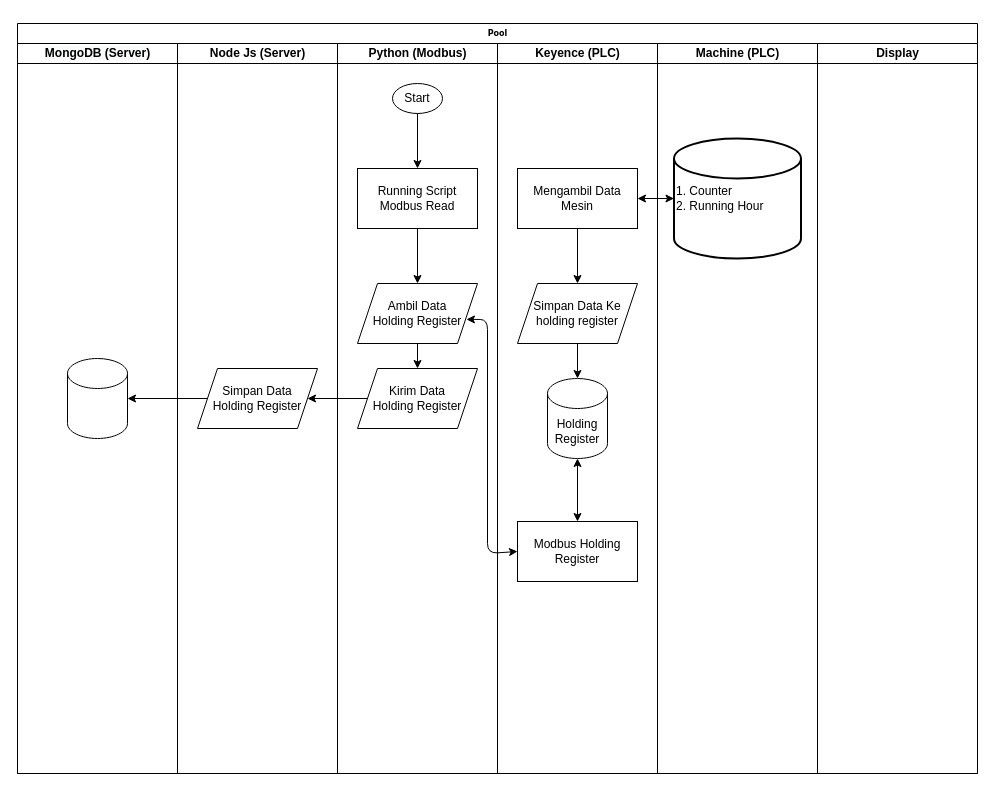
Before: Press Shop IOT.drawio in DavidHidayat/Flowchart, a draw.io diagram. Source tidied: cells renumbered, new cells numbered last; positions are measured from the earlier drawing's top-left corner, leaving out a move shared by most shapes. Both pictures are drawn from the tidied source at 100%, with x=0, y=0 at pixel (17, 23).
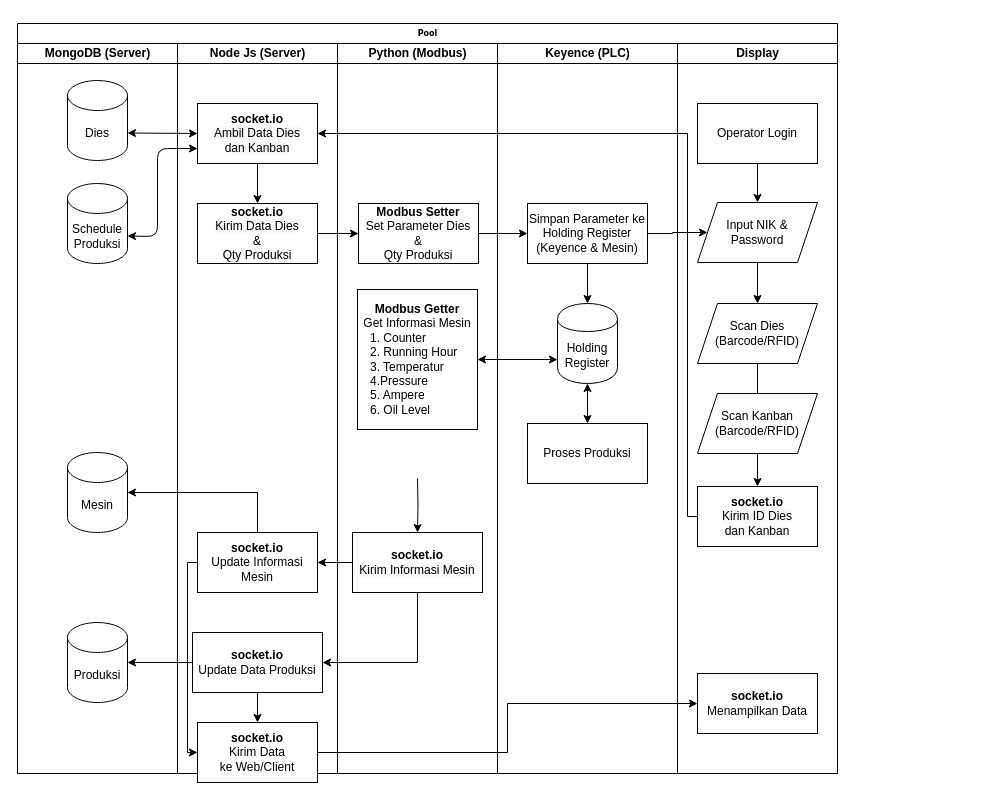
After the change.

The change refers to these unchanged cells:
```xml
<mxCell id="3" value="&#10;&#10;&lt;span style=&quot;color: rgb(0, 0, 0); font-family: helvetica; font-size: 12px; font-style: normal; font-weight: 700; letter-spacing: normal; text-align: center; text-indent: 0px; text-transform: none; word-spacing: 0px; background-color: rgb(248, 249, 250); display: inline; float: none;&quot;&gt;MongoDB (Server)&lt;/span&gt;&#10;&#10;" style="swimlane;html=1;startSize=20;" parent="2" vertex="1">
  <mxGeometry y="20" width="160" height="730" as="geometry" />
</mxCell>
<mxCell id="5" value="Node Js (Server)" style="swimlane;html=1;startSize=20;" parent="2" vertex="1">
  <mxGeometry x="160" y="20" width="160" height="730" as="geometry" />
</mxCell>
<mxCell id="7" value="Python (Modbus)" style="swimlane;html=1;startSize=20;" parent="2" vertex="1">
  <mxGeometry x="320" y="20" width="160" height="730" as="geometry" />
</mxCell>
```

The edit, as a diff of the source:
```diff
@@
     <mxCell id="2" value="Pool" style="swimlane;html=1;startSize=20;rounded=0;shadow=0;labelBackgroundColor=none;strokeWidth=1;fontFamily=Verdana;fontSize=8;align=center;" parent="1" vertex="1">
-      <mxGeometry width="960" height="750" as="geometry" />
+      <mxGeometry width="820" height="750" as="geometry" />
     </mxCell>
@@
-    <mxCell id="4" style="shape=cylinder3;whiteSpace=wrap;html=1;boundedLbl=1;backgroundOutline=1;size=15;fillColor=#ffffff;align=center;" parent="3" vertex="1">
-      <mxGeometry x="50" y="315" width="60" height="80" as="geometry" />
-    </mxCell>
+    <mxCell id="30" value="Dies" style="shape=cylinder3;whiteSpace=wrap;html=1;boundedLbl=1;backgroundOutline=1;size=15;fillColor=#ffffff;align=center;" parent="3" vertex="1">
+      <mxGeometry x="50" y="37" width="60" height="80" as="geometry" />
+    </mxCell>
+    <mxCell id="31" value="Mesin" style="shape=cylinder3;whiteSpace=wrap;html=1;boundedLbl=1;backgroundOutline=1;size=15;fillColor=#ffffff;align=center;" parent="3" vertex="1">
+      <mxGeometry x="50" y="409" width="60" height="80" as="geometry" />
+    </mxCell>
+    <mxCell id="32" value="Produksi" style="shape=cylinder3;whiteSpace=wrap;html=1;boundedLbl=1;backgroundOutline=1;size=15;fillColor=#ffffff;align=center;" parent="3" vertex="1">
+      <mxGeometry x="50" y="579" width="60" height="80" as="geometry" />
+    </mxCell>
+    <mxCell id="33" value="Schedule Produksi" style="shape=cylinder3;whiteSpace=wrap;html=1;boundedLbl=1;backgroundOutline=1;size=15;fillColor=#ffffff;align=center;" parent="3" vertex="1">
+      <mxGeometry x="50" y="140" width="60" height="80" as="geometry" />
+    </mxCell>
@@
-    <mxCell id="6" value="Simpan Data &lt;br&gt;Holding Register" style="shape=parallelogram;perimeter=parallelogramPerimeter;whiteSpace=wrap;html=1;fixedSize=1;fillColor=#ffffff;align=center;" parent="5" vertex="1">
-      <mxGeometry x="20" y="325" width="120" height="60" as="geometry" />
-    </mxCell>
+    <mxCell id="34" value="&lt;b&gt;socket.io&lt;/b&gt;&lt;br&gt;&lt;span style=&quot;color: rgb(0 , 0 , 0) ; font-family: &amp;#34;helvetica&amp;#34; ; font-size: 12px ; font-style: normal ; font-weight: 400 ; letter-spacing: normal ; text-align: center ; text-indent: 0px ; text-transform: none ; word-spacing: 0px ; background-color: rgb(248 , 249 , 250) ; display: inline ; float: none&quot;&gt;Ambil Data Dies&lt;br&gt;dan Kanban&lt;br&gt;&lt;/span&gt;" style="rounded=0;whiteSpace=wrap;html=1;fillColor=#ffffff;align=center;" parent="5" vertex="1">
+      <mxGeometry x="20" y="60" width="120" height="60" as="geometry" />
+    </mxCell>
+    <mxCell id="35" style="edgeStyle=orthogonalEdgeStyle;rounded=0;jettySize=auto;html=1;exitX=0.5;exitY=1;exitDx=0;exitDy=0;" parent="5" edge="1" source="36" target="39">
+      <mxGeometry relative="1" as="geometry" />
+    </mxCell>
+    <mxCell id="36" value="&lt;b&gt;socket.io&lt;/b&gt;&lt;br&gt;&lt;font face=&quot;helvetica&quot;&gt;Update Data Produksi&lt;/font&gt;" style="rounded=0;whiteSpace=wrap;html=1;fillColor=#ffffff;align=center;" parent="5" vertex="1">
+      <mxGeometry x="15" y="589" width="130" height="60" as="geometry" />
+    </mxCell>
+    <mxCell id="37" style="edgeStyle=orthogonalEdgeStyle;rounded=0;jettySize=auto;html=1;exitX=0;exitY=0.5;exitDx=0;exitDy=0;entryX=0;entryY=0.5;entryDx=0;entryDy=0;" parent="5" edge="1" source="38" target="39">
+      <mxGeometry relative="1" as="geometry">
+        <Array as="points">
+          <mxPoint x="10" y="519" />
+          <mxPoint x="10" y="709" />
+        </Array>
+      </mxGeometry>
+    </mxCell>
+    <mxCell id="38" value="&lt;b&gt;socket.io&lt;/b&gt;&lt;br&gt;&lt;font face=&quot;helvetica&quot;&gt;Update Informasi Mesin&lt;/font&gt;" style="rounded=0;whiteSpace=wrap;html=1;fillColor=#ffffff;align=center;" parent="5" vertex="1">
+      <mxGeometry x="20" y="489" width="120" height="60" as="geometry" />
+    </mxCell>
+    <mxCell id="39" value="&lt;b&gt;socket.io&lt;/b&gt;&lt;br&gt;&lt;font face=&quot;helvetica&quot;&gt;Kirim Data&lt;br&gt;ke Web/Client&lt;/font&gt;" style="rounded=0;whiteSpace=wrap;html=1;fillColor=#ffffff;align=center;" parent="5" vertex="1">
+      <mxGeometry x="20" y="679" width="120" height="60" as="geometry" />
+    </mxCell>
@@
-    <mxCell id="8" value="Kirim Data &lt;br&gt;Holding Register" style="shape=parallelogram;perimeter=parallelogramPerimeter;whiteSpace=wrap;html=1;fixedSize=1;fillColor=#ffffff;align=center;" parent="7" vertex="1">
-      <mxGeometry x="20" y="325" width="120" height="60" as="geometry" />
-    </mxCell>
-    <mxCell id="9" value="Start" style="ellipse;whiteSpace=wrap;html=1;" parent="7" vertex="1">
-      <mxGeometry x="55" y="40" width="50" height="30" as="geometry" />
-    </mxCell>
+    <mxCell id="40" value="&lt;b&gt;Modbus Setter&lt;/b&gt;&lt;br&gt;Set Parameter Dies&lt;br&gt;&amp;amp;&lt;br&gt;Qty Produksi" style="rounded=0;whiteSpace=wrap;html=1;fillColor=#ffffff;align=center;" parent="7" vertex="1">
+      <mxGeometry x="21" y="160" width="120" height="60" as="geometry" />
+    </mxCell>
+    <mxCell id="41" style="edgeStyle=orthogonalEdgeStyle;rounded=0;jettySize=auto;html=1;exitX=0.5;exitY=1;exitDx=0;exitDy=0;entryX=0.5;entryY=0;entryDx=0;entryDy=0;" parent="7" edge="1" target="43">
+      <mxGeometry relative="1" as="geometry">
+        <mxPoint x="80" y="435" as="sourcePoint" />
+      </mxGeometry>
+    </mxCell>
+    <mxCell id="42" value="&lt;b&gt;Modbus Getter&lt;/b&gt;&lt;br&gt;Get Informasi Mesin&lt;br&gt;&lt;div style=&quot;text-align: left&quot;&gt;&lt;span&gt;&amp;nbsp; 1. Counter&lt;/span&gt;&lt;/div&gt;&lt;div style=&quot;text-align: left&quot;&gt;&lt;span&gt;&amp;nbsp; 2. Running Hour&lt;/span&gt;&lt;/div&gt;&lt;div style=&quot;text-align: left&quot;&gt;&lt;span&gt;&amp;nbsp; 3. Temperatur&lt;/span&gt;&lt;/div&gt;&lt;div style=&quot;text-align: left&quot;&gt;&lt;span&gt;&amp;nbsp; 4.Pressure&lt;/span&gt;&lt;/div&gt;&lt;div style=&quot;text-align: left&quot;&gt;&lt;span&gt;&amp;nbsp; 5. Ampere&lt;/span&gt;&lt;/div&gt;&lt;div style=&quot;text-align: left&quot;&gt;&lt;span&gt;&amp;nbsp; 6. Oil Level&lt;/span&gt;&lt;/div&gt;" style="rounded=0;whiteSpace=wrap;html=1;fillColor=#ffffff;align=center;" parent="7" vertex="1">
+      <mxGeometry x="20" y="246" width="120" height="140" as="geometry" />
+    </mxCell>
+    <mxCell id="43" value="&lt;b&gt;socket.io&lt;/b&gt;&lt;br&gt;&lt;span style=&quot;color: rgb(0 , 0 , 0) ; font-family: &amp;#34;helvetica&amp;#34; ; font-size: 12px ; font-style: normal ; font-weight: 400 ; letter-spacing: normal ; text-align: center ; text-indent: 0px ; text-transform: none ; word-spacing: 0px ; background-color: rgb(248 , 249 , 250) ; display: inline ; float: none&quot;&gt;Kirim Informasi Mesin&lt;/span&gt;" style="rounded=0;whiteSpace=wrap;html=1;fillColor=#ffffff;align=center;" parent="7" vertex="1">
+      <mxGeometry x="15" y="489" width="130" height="60" as="geometry" />
+    </mxCell>
     <mxCell id="10" value="Keyence (PLC)" style="swimlane;html=1;startSize=20;verticalAlign=middle;" parent="2" vertex="1">
-      <mxGeometry x="480" y="20" width="160" height="730" as="geometry" />
+      <mxGeometry x="480" y="20" width="180" height="730" as="geometry" />
     </mxCell>
-    <mxCell id="11" style="edgeStyle=orthogonalEdgeStyle;rounded=0;jettySize=auto;html=1;exitX=0.5;exitY=1;exitDx=0;exitDy=0;" parent="10" edge="1" source="12" target="13">
-      <mxGeometry relative="1" as="geometry" />
-    </mxCell>
-    <mxCell id="12" value="Simpan Data Ke holding register" style="shape=parallelogram;perimeter=parallelogramPerimeter;whiteSpace=wrap;html=1;fixedSize=1;fillColor=#ffffff;align=center;" parent="10" vertex="1">
-      <mxGeometry x="20" y="240" width="120" height="60" as="geometry" />
-    </mxCell>
+    <mxCell id="44" value="Simpan Parameter ke Holding Register (Keyence &amp;amp; Mesin)" style="whiteSpace=wrap;html=1;rounded=0;" parent="10" vertex="1">
+      <mxGeometry x="30" y="160" width="120" height="60" as="geometry" />
+    </mxCell>
-    <mxCell id="13" value="Holding Register" style="shape=cylinder3;whiteSpace=wrap;html=1;boundedLbl=1;backgroundOutline=1;size=15;fillColor=#ffffff;align=center;" parent="10" vertex="1">
-      <mxGeometry x="50" y="335" width="60" height="80" as="geometry" />
+    <mxCell id="13" value="Holding Register" style="shape=cylinder;whiteSpace=wrap;html=1;boundedLbl=1;backgroundOutline=1;rounded=0;" parent="10" vertex="1">
+      <mxGeometry x="60" y="260" width="60" height="80" as="geometry" />
     </mxCell>
-    <mxCell id="14" value="Modbus Holding Register" style="whiteSpace=wrap;html=1;" parent="10" vertex="1">
-      <mxGeometry x="20" y="478" width="120" height="60" as="geometry" />
-    </mxCell>
-    <mxCell id="15" style="endArrow=classic;startArrow=classic;html=1;exitX=0.5;exitY=0;exitDx=0;exitDy=0;entryX=0.5;entryY=1;entryDx=0;entryDy=0;entryPerimeter=0;" parent="10" edge="1" source="14" target="13">
-      <mxGeometry relative="1" as="geometry" />
-    </mxCell>
-    <mxCell id="16" value="Machine (PLC)" style="swimlane;html=1;startSize=20;" parent="2" vertex="1">
-      <mxGeometry x="640" y="20" width="160" height="730" as="geometry" />
-    </mxCell>
-    <mxCell id="17" value="1. Counter&lt;br&gt;2. Running Hour" style="strokeWidth=2;html=1;shape=mxgraph.flowchart.database;whiteSpace=wrap;fillColor=#ffffff;align=left;" parent="16" vertex="1">
-      <mxGeometry x="16.5" y="95" width="127" height="120" as="geometry" />
-    </mxCell>
+    <mxCell id="45" style="edgeStyle=orthogonalEdgeStyle;rounded=0;jettySize=auto;html=1;" parent="10" edge="1" source="44" target="13">
+      <mxGeometry relative="1" as="geometry" />
+    </mxCell>
     <mxCell id="18" value="Display" style="swimlane;html=1;startSize=20;" parent="2" vertex="1">
-      <mxGeometry x="800" y="20" width="160" height="730" as="geometry" />
+      <mxGeometry x="660" y="20" width="160" height="730" as="geometry" />
     </mxCell>
-    <mxCell id="19" style="edgeStyle=orthogonalEdgeStyle;rounded=0;jettySize=auto;html=1;exitX=0;exitY=0.5;exitDx=0;exitDy=0;" parent="2" edge="1" source="8" target="6">
-      <mxGeometry relative="1" as="geometry" />
-    </mxCell>
-    <mxCell id="20" style="edgeStyle=orthogonalEdgeStyle;rounded=0;jettySize=auto;html=1;exitX=0;exitY=0.5;exitDx=0;exitDy=0;" parent="2" edge="1" source="6" target="4">
-      <mxGeometry relative="1" as="geometry" />
-    </mxCell>
-    <mxCell id="21" style="edgeStyle=orthogonalEdgeStyle;rounded=0;jettySize=auto;html=1;entryX=0.5;entryY=0;entryDx=0;entryDy=0;" parent="1" edge="1" source="9" target="26">
-      <mxGeometry relative="1" as="geometry" />
-    </mxCell>
-    <mxCell id="22" style="edgeStyle=orthogonalEdgeStyle;rounded=0;jettySize=auto;html=1;exitX=0.5;exitY=1;exitDx=0;exitDy=0;" parent="1" edge="1" source="23" target="12">
-      <mxGeometry relative="1" as="geometry" />
-    </mxCell>
-    <mxCell id="23" value="Mengambil Data Mesin" style="whiteSpace=wrap;html=1;" parent="1" vertex="1">
-      <mxGeometry x="500" y="145" width="120" height="60" as="geometry" />
-    </mxCell>
-    <mxCell id="24" style="endArrow=classic;startArrow=classic;html=1;entryX=0;entryY=0.5;entryDx=0;entryDy=0;entryPerimeter=0;exitX=1;exitY=0.5;exitDx=0;exitDy=0;" parent="1" edge="1" source="23" target="17">
-      <mxGeometry relative="1" as="geometry" />
-    </mxCell>
-    <mxCell id="25" style="edgeStyle=orthogonalEdgeStyle;rounded=0;jettySize=auto;html=1;exitX=0.5;exitY=1;exitDx=0;exitDy=0;entryX=0.5;entryY=0;entryDx=0;entryDy=0;" parent="1" edge="1" source="26" target="28">
-      <mxGeometry relative="1" as="geometry" />
-    </mxCell>
-    <mxCell id="26" value="Running Script Modbus Read" style="rounded=0;whiteSpace=wrap;html=1;fillColor=#ffffff;align=center;" parent="1" vertex="1">
-      <mxGeometry x="340" y="145" width="120" height="60" as="geometry" />
-    </mxCell>
-    <mxCell id="27" style="edgeStyle=orthogonalEdgeStyle;rounded=0;jettySize=auto;html=1;exitX=0.5;exitY=1;exitDx=0;exitDy=0;" parent="1" edge="1" source="28" target="8">
-      <mxGeometry relative="1" as="geometry" />
-    </mxCell>
-    <mxCell id="28" value="Ambil Data &lt;br&gt;Holding Register" style="shape=parallelogram;perimeter=parallelogramPerimeter;whiteSpace=wrap;html=1;fixedSize=1;fillColor=#ffffff;align=center;" parent="1" vertex="1">
-      <mxGeometry x="340" y="260" width="120" height="60" as="geometry" />
-    </mxCell>
-    <mxCell id="29" style="endArrow=classic;startArrow=classic;html=1;exitX=0.908;exitY=0.598;exitDx=0;exitDy=0;exitPerimeter=0;entryX=0;entryY=0.5;entryDx=0;entryDy=0;" parent="1" edge="1" source="28" target="14">
-      <mxGeometry relative="1" as="geometry">
-        <Array as="points">
-          <mxPoint x="470" y="296" />
-          <mxPoint x="470" y="530" />
-        </Array>
-      </mxGeometry>
-    </mxCell>
+    <mxCell id="46" style="edgeStyle=orthogonalEdgeStyle;rounded=0;jettySize=auto;html=1;exitX=0.5;exitY=1;exitDx=0;exitDy=0;" parent="18" edge="1" source="47" target="48">
+      <mxGeometry relative="1" as="geometry" />
+    </mxCell>
+    <mxCell id="47" value="Operator Login" style="rounded=0;whiteSpace=wrap;html=1;fillColor=#ffffff;align=center;" parent="18" vertex="1">
+      <mxGeometry x="20" y="60" width="120" height="60" as="geometry" />
+    </mxCell>
+    <mxCell id="48" value="Input NIK &amp;amp; &lt;br&gt;Password" style="shape=parallelogram;perimeter=parallelogramPerimeter;whiteSpace=wrap;html=1;fixedSize=1;fillColor=#ffffff;align=center;" parent="18" vertex="1">
+      <mxGeometry x="20" y="159" width="120" height="60" as="geometry" />
+    </mxCell>
+    <mxCell id="49" value="Scan Dies&lt;br&gt;(Barcode/RFID)" style="shape=parallelogram;perimeter=parallelogramPerimeter;whiteSpace=wrap;html=1;fixedSize=1;fillColor=#ffffff;align=center;" parent="18" vertex="1">
+      <mxGeometry x="20" y="260" width="120" height="60" as="geometry" />
+    </mxCell>
+    <mxCell id="50" style="edgeStyle=orthogonalEdgeStyle;rounded=0;jettySize=auto;html=1;exitX=0.5;exitY=1;exitDx=0;exitDy=0;entryX=0.5;entryY=0;entryDx=0;entryDy=0;" parent="18" edge="1" source="49" target="52">
+      <mxGeometry relative="1" as="geometry" />
+    </mxCell>
+    <mxCell id="51" style="edgeStyle=orthogonalEdgeStyle;rounded=0;jettySize=auto;html=1;exitX=0.5;exitY=1;exitDx=0;exitDy=0;" parent="18" edge="1" source="48" target="49">
+      <mxGeometry relative="1" as="geometry" />
+    </mxCell>
+    <mxCell id="52" value="&lt;b&gt;socket.io&lt;/b&gt;&lt;br&gt;&lt;span style=&quot;color: rgb(0 , 0 , 0) ; font-family: &amp;#34;helvetica&amp;#34; ; font-size: 12px ; font-style: normal ; font-weight: 400 ; letter-spacing: normal ; text-align: center ; text-indent: 0px ; text-transform: none ; word-spacing: 0px ; background-color: rgb(248 , 249 , 250) ; display: inline ; float: none&quot;&gt;Kirim ID Dies&lt;br&gt;dan Kanban&lt;br&gt;&lt;/span&gt;" style="rounded=0;whiteSpace=wrap;html=1;fillColor=#ffffff;align=center;" parent="18" vertex="1">
+      <mxGeometry x="20" y="443" width="120" height="60" as="geometry" />
+    </mxCell>
+    <mxCell id="53" value="&lt;b&gt;socket.io&lt;/b&gt;&lt;br&gt;&lt;font face=&quot;helvetica&quot;&gt;Menampilkan Data&lt;/font&gt;" style="rounded=0;whiteSpace=wrap;html=1;fillColor=#ffffff;align=center;" parent="18" vertex="1">
+      <mxGeometry x="20" y="630" width="120" height="60" as="geometry" />
+    </mxCell>
+    <mxCell id="54" value="Scan Kanban&lt;br&gt;(Barcode/RFID)" style="shape=parallelogram;perimeter=parallelogramPerimeter;whiteSpace=wrap;html=1;fixedSize=1;fillColor=#ffffff;align=center;" parent="18" vertex="1">
+      <mxGeometry x="20" y="350" width="120" height="60" as="geometry" />
+    </mxCell>
+    <mxCell id="55" style="endArrow=classic;startArrow=classic;html=1;exitX=1;exitY=0;exitDx=0;exitDy=52.5;exitPerimeter=0;entryX=0;entryY=0.5;entryDx=0;entryDy=0;" parent="2" edge="1" source="30" target="34">
+      <mxGeometry relative="1" as="geometry" />
+    </mxCell>
+    <mxCell id="56" style="edgeStyle=orthogonalEdgeStyle;rounded=0;jettySize=auto;html=1;" parent="2" edge="1" source="40" target="44">
+      <mxGeometry relative="1" as="geometry" />
+    </mxCell>
+    <mxCell id="57" style="edgeStyle=orthogonalEdgeStyle;rounded=0;jettySize=auto;html=1;entryX=0;entryY=0.5;entryDx=0;entryDy=0;" parent="2" edge="1" source="44" target="48">
+      <mxGeometry relative="1" as="geometry" />
+    </mxCell>
+    <mxCell id="58" style="endArrow=classic;startArrow=classic;html=1;entryX=0;entryY=0.7;entryDx=0;entryDy=0;exitX=1;exitY=0.5;exitDx=0;exitDy=0;" parent="2" edge="1" source="42" target="13">
+      <mxGeometry relative="1" as="geometry" />
+    </mxCell>
+    <mxCell id="59" style="edgeStyle=orthogonalEdgeStyle;rounded=0;jettySize=auto;html=1;exitX=0;exitY=0.5;exitDx=0;exitDy=0;entryX=1;entryY=0.5;entryDx=0;entryDy=0;" parent="2" edge="1" source="43" target="38">
+      <mxGeometry relative="1" as="geometry" />
+    </mxCell>
+    <mxCell id="60" style="edgeStyle=orthogonalEdgeStyle;rounded=0;jettySize=auto;html=1;exitX=0.5;exitY=1;exitDx=0;exitDy=0;entryX=1;entryY=0.5;entryDx=0;entryDy=0;" parent="2" edge="1" source="43" target="36">
+      <mxGeometry relative="1" as="geometry" />
+    </mxCell>
+    <mxCell id="61" style="edgeStyle=orthogonalEdgeStyle;rounded=0;jettySize=auto;html=1;exitX=0.5;exitY=0;exitDx=0;exitDy=0;" parent="2" edge="1" source="38" target="31">
+      <mxGeometry relative="1" as="geometry" />
+    </mxCell>
+    <mxCell id="62" style="edgeStyle=orthogonalEdgeStyle;rounded=0;jettySize=auto;html=1;exitX=0;exitY=0.5;exitDx=0;exitDy=0;entryX=1;entryY=0.5;entryDx=0;entryDy=0;entryPerimeter=0;" parent="2" edge="1" source="36" target="32">
+      <mxGeometry relative="1" as="geometry" />
+    </mxCell>
+    <mxCell id="63" style="edgeStyle=orthogonalEdgeStyle;rounded=0;jettySize=auto;html=1;exitX=1;exitY=0.5;exitDx=0;exitDy=0;" parent="2" edge="1" source="39" target="53">
+      <mxGeometry relative="1" as="geometry" />
+    </mxCell>
+    <mxCell id="64" style="edgeStyle=orthogonalEdgeStyle;rounded=0;jettySize=auto;html=1;exitX=0;exitY=0.5;exitDx=0;exitDy=0;entryX=1;entryY=0.5;entryDx=0;entryDy=0;" parent="2" edge="1" source="52" target="34">
+      <mxGeometry relative="1" as="geometry">
+        <Array as="points">
+          <mxPoint x="670" y="493" />
+          <mxPoint x="670" y="110" />
+        </Array>
+      </mxGeometry>
+    </mxCell>
+    <mxCell id="65" style="endArrow=classic;startArrow=classic;html=1;exitX=1;exitY=0;exitDx=0;exitDy=52.5;exitPerimeter=0;entryX=0;entryY=0.75;entryDx=0;entryDy=0;" parent="2" edge="1" source="33" target="34">
+      <mxGeometry relative="1" as="geometry">
+        <Array as="points">
+          <mxPoint x="140" y="213" />
+          <mxPoint x="140" y="125" />
+        </Array>
+      </mxGeometry>
+    </mxCell>
+    <mxCell id="66" style="edgeStyle=orthogonalEdgeStyle;rounded=0;jettySize=auto;html=1;exitX=1;exitY=0.5;exitDx=0;exitDy=0;entryX=0;entryY=0.5;entryDx=0;entryDy=0;" parent="1" edge="1" source="67" target="40">
+      <mxGeometry relative="1" as="geometry" />
+    </mxCell>
+    <mxCell id="67" value="&lt;b&gt;socket.io&lt;/b&gt;&lt;br&gt;&lt;span style=&quot;color: rgb(0 , 0 , 0) ; font-family: &amp;#34;helvetica&amp;#34; ; font-size: 12px ; font-style: normal ; font-weight: 400 ; letter-spacing: normal ; text-align: center ; text-indent: 0px ; text-transform: none ; word-spacing: 0px ; background-color: rgb(248 , 249 , 250) ; display: inline ; float: none&quot;&gt;Kirim Data Dies&lt;br&gt;&amp;amp;&lt;br&gt;Qty Produksi&lt;br&gt;&lt;/span&gt;" style="rounded=0;whiteSpace=wrap;html=1;fillColor=#ffffff;align=center;" parent="1" vertex="1">
+      <mxGeometry x="180" y="180" width="120" height="60" as="geometry" />
+    </mxCell>
+    <mxCell id="68" style="edgeStyle=orthogonalEdgeStyle;rounded=0;jettySize=auto;html=1;exitX=0.5;exitY=1;exitDx=0;exitDy=0;" parent="1" edge="1" source="34" target="67">
+      <mxGeometry relative="1" as="geometry" />
+    </mxCell>
+    <mxCell id="69" value="Proses Produksi" style="whiteSpace=wrap;html=1;rounded=0;" parent="1" vertex="1">
+      <mxGeometry x="510" y="400" width="120" height="60" as="geometry" />
+    </mxCell>
+    <mxCell id="70" style="endArrow=classic;startArrow=classic;html=1;entryX=0.5;entryY=1;entryDx=0;entryDy=0;exitX=0.5;exitY=0;exitDx=0;exitDy=0;" parent="1" edge="1" source="69">
+      <mxGeometry relative="1" as="geometry">
+        <mxPoint x="570" y="360" as="targetPoint" />
+      </mxGeometry>
+    </mxCell>
```
